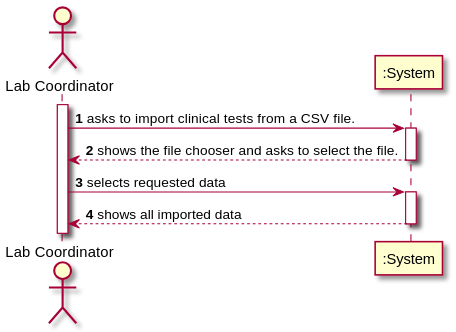
The PlantUML diagram docs/SprintD/US_17/US17_SSD.svg in ana-albergaria/LAPR2-ISEP, before a commit.
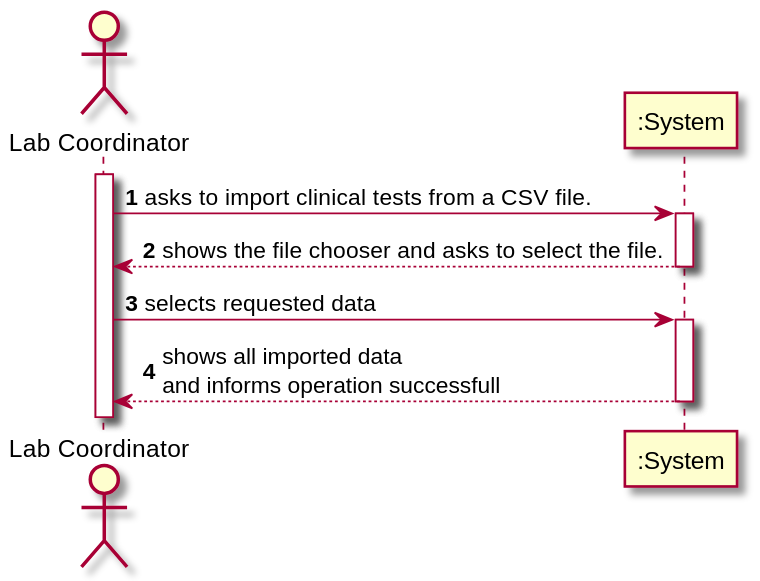
Later version of the same file.

Change to the diagram source:
```diff
@@ -12,7 +12,7 @@
 MLT -> ":System" : selects requested data
 activate ":System"
 
-":System" --> MLT : shows all imported data
+":System" --> MLT : shows all imported data \nand informs operation successfull
 deactivate ":System"
 
 @enduml
```
